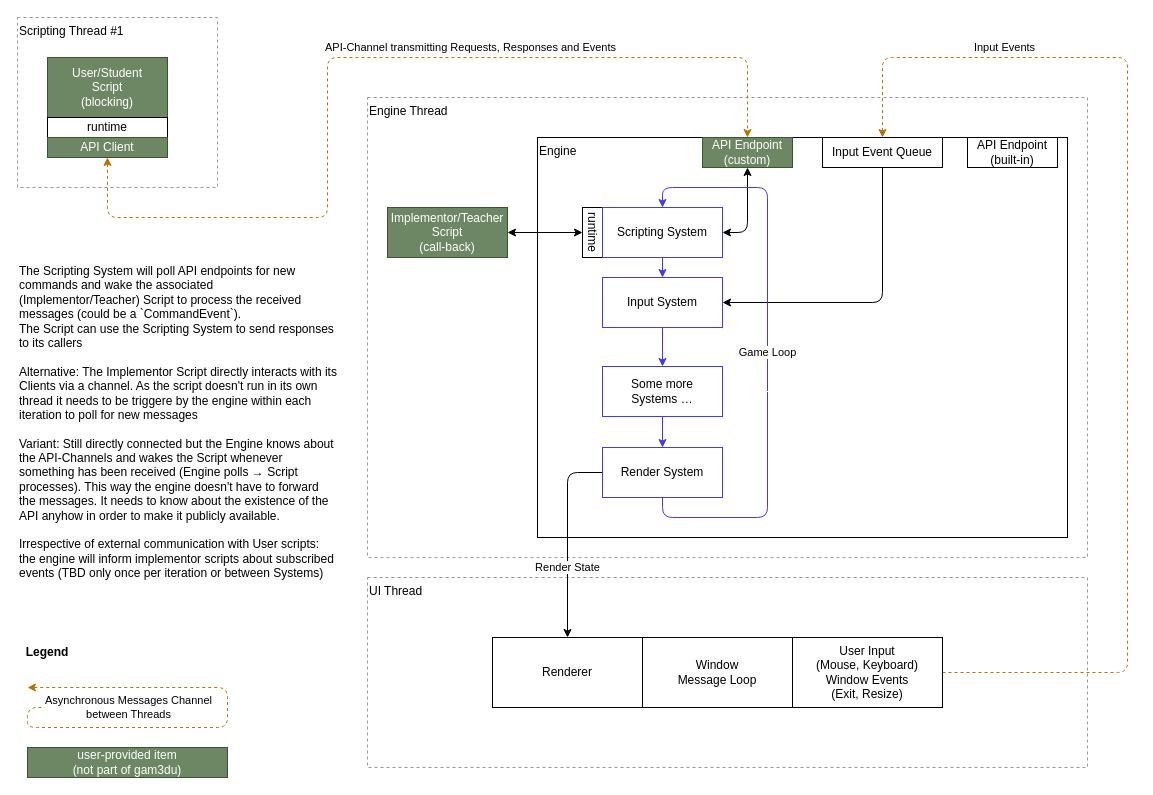
Before: docs/communication.drawio in gam3du/gam3du, a draw.io diagram. Source tidied: cells renumbered, new cells numbered last; positions are measured from the earlier drawing's top-left corner, leaving out a move shared by most shapes. Both pictures are drawn from the tidied source at 100%, with x=0, y=0 at pixel (17, 17).
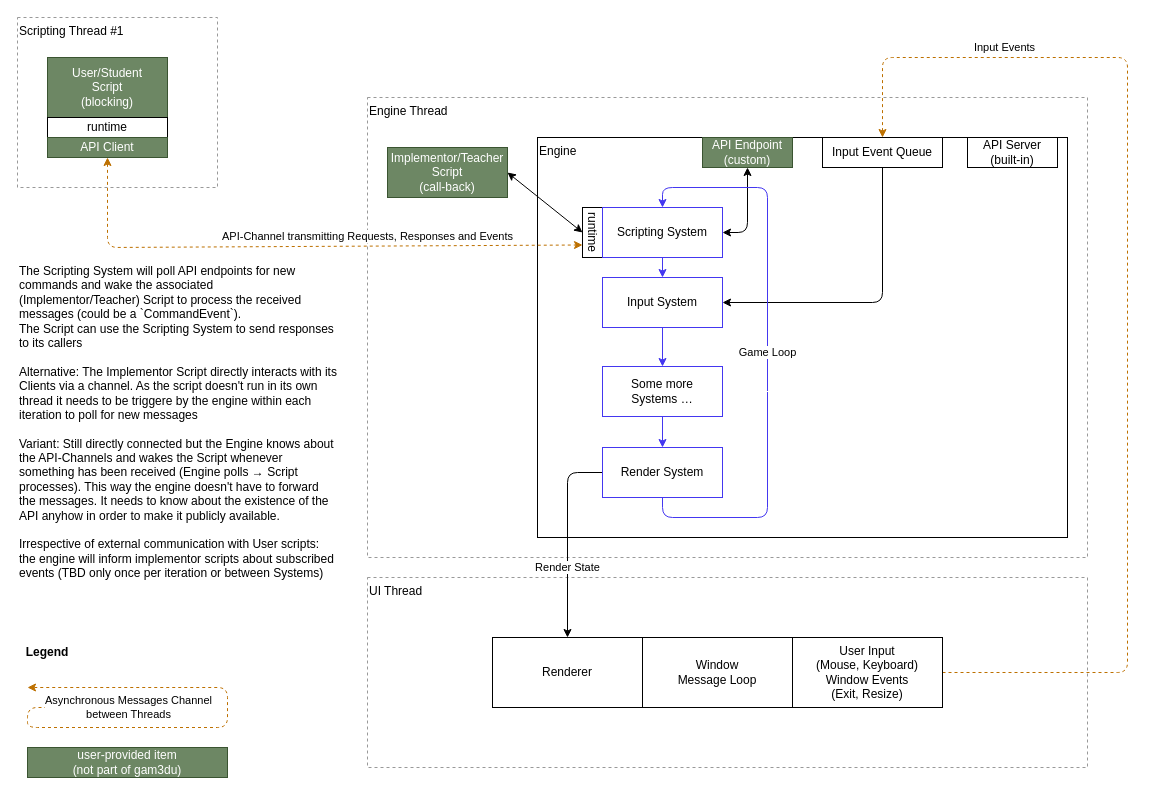
The same page after the edit.

Commit message (it also covers changes not shown here):
update documentation about script communication

Unchanged cells that the change refers to:
```xml
<mxCell id="12" value="runtime" style="rounded=0;whiteSpace=wrap;html=1;rotation=90;" parent="1" vertex="1">
  <mxGeometry x="550" y="205" width="50" height="20" as="geometry" />
</mxCell>
<mxCell id="22" value="API Endpoint&lt;br&gt;(custom)" style="rounded=0;whiteSpace=wrap;html=1;fillColor=#6d8764;fontColor=#ffffff;strokeColor=#3A5431;" parent="1" vertex="1">
  <mxGeometry x="685" y="120" width="90" height="30" as="geometry" />
</mxCell>
<mxCell id="35" value="API Client" style="rounded=0;whiteSpace=wrap;html=1;fillColor=#6d8764;fontColor=#ffffff;strokeColor=#3A5431;" parent="1" vertex="1">
  <mxGeometry x="30" y="120" width="120" height="20" as="geometry" />
</mxCell>
```

Diff of the diagram source:
```diff
@@
+    <mxCell id="7" value="Engine" style="rounded=0;whiteSpace=wrap;html=1;align=left;verticalAlign=top;" parent="1" vertex="1">
+      <mxGeometry x="520" y="120" width="530" height="400" as="geometry" />
+    </mxCell>
@@
-    <mxCell id="5" value="API-Channel transmitting Requests, Responses and Events" style="edgeStyle=none;html=1;entryX=0.5;entryY=0;entryDx=0;entryDy=0;dashed=1;fillColor=#f0a30a;strokeColor=#BD7000;startArrow=classic;startFill=1;exitX=0.5;exitY=1;exitDx=0;exitDy=0;" parent="1" edge="1" source="35" target="22">
+    <mxCell id="5" value="API-Channel transmitting Requests, Responses and Events" style="edgeStyle=none;html=1;entryX=0.75;entryY=1;entryDx=0;entryDy=0;dashed=1;fillColor=#f0a30a;strokeColor=#BD7000;startArrow=classic;startFill=1;exitX=0.5;exitY=1;exitDx=0;exitDy=0;" parent="1" edge="1" source="35" target="12">
       <mxGeometry x="0.24" y="10" relative="1" as="geometry">
         <Array as="points">
-          <mxPoint x="90" y="200" />
-          <mxPoint x="310" y="200" />
-          <mxPoint x="310" y="40" />
-          <mxPoint x="730" y="40" />
+          <mxPoint x="90" y="230" />
         </Array>
       </mxGeometry>
     </mxCell>
@@
-    <mxCell id="7" value="Engine" style="rounded=0;whiteSpace=wrap;html=1;align=left;verticalAlign=top;" parent="1" vertex="1">
-      <mxGeometry x="520" y="120" width="530" height="400" as="geometry" />
-    </mxCell>
@@
     <mxCell id="11" value="Implementor/Teacher&lt;br&gt;Script&lt;br&gt;(call-back)" style="rounded=0;whiteSpace=wrap;html=1;fillColor=#6d8764;fontColor=#ffffff;strokeColor=#3A5431;" parent="1" vertex="1">
-      <mxGeometry x="370" y="190" width="120" height="50" as="geometry" />
+      <mxGeometry x="370" y="130" width="120" height="50" as="geometry" />
     </mxCell>
@@
-    <mxCell id="30" value="API Endpoint&lt;br&gt;(built-in)" style="rounded=0;whiteSpace=wrap;html=1;" parent="1" vertex="1">
+    <mxCell id="30" value="API Server&lt;br&gt;(built-in)" style="rounded=0;whiteSpace=wrap;html=1;" parent="1" vertex="1">
       <mxGeometry x="950" y="120" width="90" height="30" as="geometry" />
     </mxCell>
```
